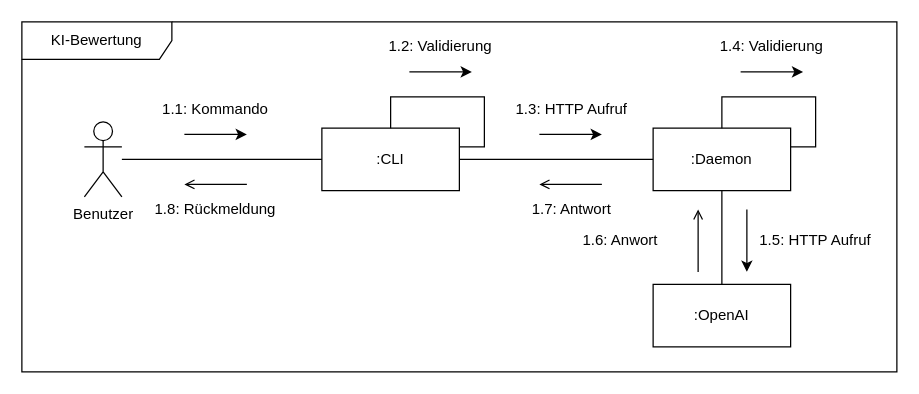
The draw.io diagram docs/diagrams/drawio/communication.drawio in BFH-Project1-HS24-KMS4-2/ai-aided-caches-n-logs-monitoring-n-wiping-demon, before the edit. Source tidied: cells renumbered, new cells numbered last; positions are measured from the earlier drawing's top-left corner, leaving out a move shared by most shapes. Both pictures are drawn from the tidied source at 125%, with x=0, y=0 at pixel (21, 21).
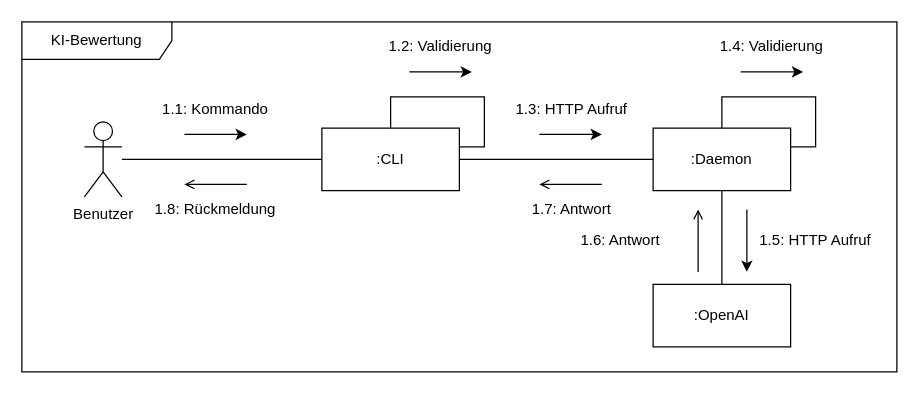
The same diagram, later.

Change to the diagram source:
```diff
@@
-    <mxCell id="27" value="1.6: Anwort" style="text;html=1;align=center;verticalAlign=middle;whiteSpace=wrap;rounded=0;" parent="1" vertex="1">
+    <mxCell id="27" value="1.6: Antwort" style="text;html=1;align=center;verticalAlign=middle;whiteSpace=wrap;rounded=0;" parent="1" vertex="1">
       <mxGeometry x="414" y="160" width="130" height="30" as="geometry" />
     </mxCell>
```
